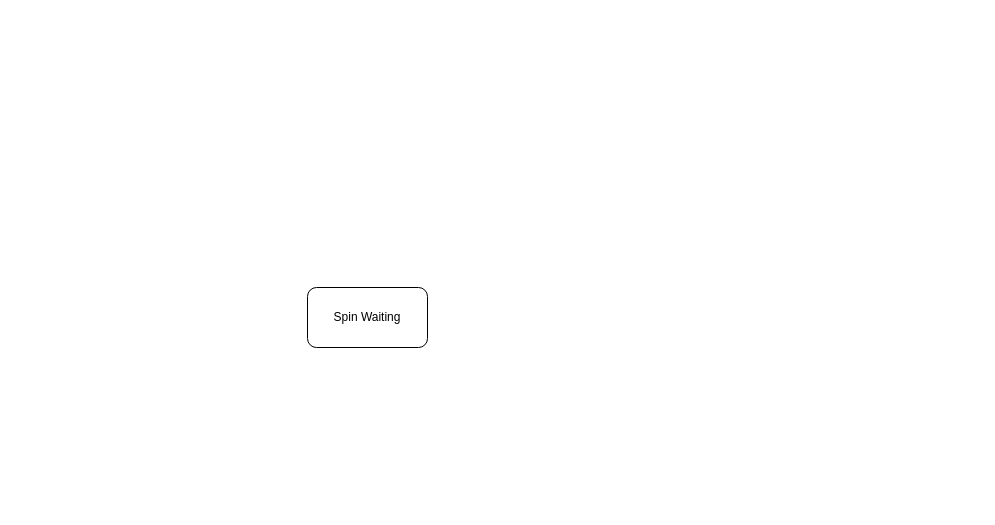
This is multithreading-java.drawio from balaprojects/graphical_notes, a draw.io file, before an edit. Source tidied: cells renumbered, new cells numbered last; positions are measured from the earlier drawing's top-left corner, leaving out a move shared by most shapes. Both pictures are drawn from the tidied source at 100%, with x=0, y=0 at pixel (307, 287).
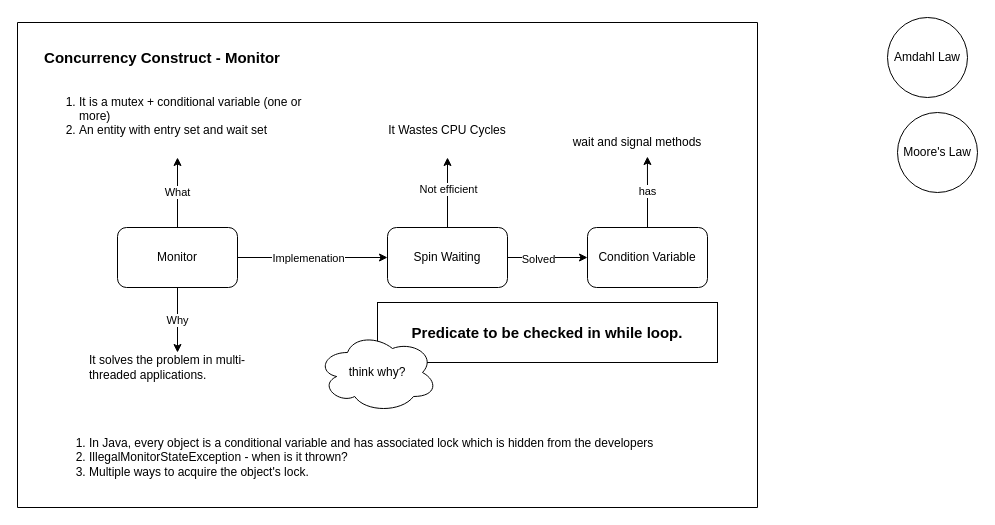
The same page after the edit.

The edit, as a diff of the source:
```diff
@@
+    <mxCell id="3" style="swimlane;startSize=0;" parent="1" vertex="1">
+      <mxGeometry x="-290" y="-265" width="740" height="485" as="geometry" />
+    </mxCell>
+    <mxCell id="4" style="edgeStyle=orthogonalEdgeStyle;rounded=0;jettySize=auto;html=1;" parent="3" edge="1" source="2" target="16">
+      <mxGeometry relative="1" as="geometry" />
+    </mxCell>
+    <mxCell id="5" value="Not efficient" style="edgeLabel;html=1;align=center;verticalAlign=middle;" parent="4" vertex="1">
+      <mxGeometry x="0.11" relative="1" as="geometry" />
+    </mxCell>
+    <mxCell id="6" style="edgeStyle=orthogonalEdgeStyle;rounded=0;jettySize=auto;html=1;" parent="3" edge="1" source="2" target="17">
+      <mxGeometry relative="1" as="geometry" />
+    </mxCell>
+    <mxCell id="7" value="Solved" style="edgeLabel;html=1;align=center;verticalAlign=middle;" parent="6" vertex="1">
+      <mxGeometry x="-0.25" y="-1" relative="1" as="geometry" />
+    </mxCell>
-    <mxCell id="2" value="Spin Waiting" style="rounded=1;whiteSpace=wrap;html=1;" parent="1" vertex="1">
-      <mxGeometry width="120" height="60" as="geometry" />
+    <mxCell id="2" value="Spin Waiting" style="rounded=1;whiteSpace=wrap;html=1;" parent="3" vertex="1">
+      <mxGeometry x="370" y="205" width="120" height="60" as="geometry" />
     </mxCell>
+    <mxCell id="8" value="&lt;b&gt;&lt;font style=&quot;font-size: 15px;&quot;&gt;Concurrency Construct - Monitor&lt;/font&gt;&lt;/b&gt;" style="text;html=1;align=center;verticalAlign=middle;whiteSpace=wrap;rounded=0;" parent="3" vertex="1">
+      <mxGeometry y="20" width="290" height="30" as="geometry" />
+    </mxCell>
+    <mxCell id="9" value="What" style="edgeStyle=orthogonalEdgeStyle;rounded=0;jettySize=auto;html=1;" parent="3" edge="1" source="13" target="14">
+      <mxGeometry relative="1" as="geometry" />
+    </mxCell>
+    <mxCell id="10" value="Why" style="edgeStyle=orthogonalEdgeStyle;rounded=0;jettySize=auto;html=1;" parent="3" edge="1" source="13" target="15">
+      <mxGeometry relative="1" as="geometry" />
+    </mxCell>
+    <mxCell id="11" style="edgeStyle=orthogonalEdgeStyle;rounded=0;jettySize=auto;html=1;entryX=0;entryY=0.5;entryDx=0;entryDy=0;" parent="3" edge="1" source="13" target="2">
+      <mxGeometry relative="1" as="geometry" />
+    </mxCell>
+    <mxCell id="12" value="Implemenation" style="edgeLabel;html=1;align=center;verticalAlign=middle;" parent="11" vertex="1">
+      <mxGeometry x="-0.34" relative="1" as="geometry">
+        <mxPoint x="21" as="offset" />
+      </mxGeometry>
+    </mxCell>
+    <mxCell id="13" value="Monitor" style="rounded=1;whiteSpace=wrap;html=1;" parent="3" vertex="1">
+      <mxGeometry x="100" y="205" width="120" height="60" as="geometry" />
+    </mxCell>
+    <mxCell id="14" value="&lt;ol&gt;&lt;li&gt;It is a mutex + conditional variable (one or more)&lt;/li&gt;&lt;li&gt;An entity with entry set and wait set&lt;/li&gt;&lt;/ol&gt;&lt;div&gt;&lt;br&gt;&lt;/div&gt;&lt;div&gt;&lt;br&gt;&lt;/div&gt;" style="text;html=1;align=left;verticalAlign=middle;whiteSpace=wrap;rounded=0;" parent="3" vertex="1">
+      <mxGeometry x="20" y="80" width="280" height="55" as="geometry" />
+    </mxCell>
+    <mxCell id="15" value="It solves the problem in multi-threaded applications." style="text;html=1;align=left;verticalAlign=middle;whiteSpace=wrap;rounded=0;" parent="3" vertex="1">
+      <mxGeometry x="70" y="330" width="180" height="30" as="geometry" />
+    </mxCell>
+    <mxCell id="16" value="It Wastes CPU Cycles" style="text;html=1;align=center;verticalAlign=middle;whiteSpace=wrap;rounded=0;" parent="3" vertex="1">
+      <mxGeometry x="355" y="80" width="150" height="55" as="geometry" />
+    </mxCell>
+    <mxCell id="17" value="Condition Variable" style="rounded=1;whiteSpace=wrap;html=1;" parent="3" vertex="1">
+      <mxGeometry x="570" y="205" width="120" height="60" as="geometry" />
+    </mxCell>
+    <mxCell id="18" value="wait and signal methods" style="text;html=1;align=center;verticalAlign=middle;whiteSpace=wrap;rounded=0;" parent="3" vertex="1">
+      <mxGeometry x="550" y="105" width="140" height="30" as="geometry" />
+    </mxCell>
+    <mxCell id="19" value="has" style="edgeStyle=orthogonalEdgeStyle;rounded=0;jettySize=auto;html=1;entryX=0.571;entryY=0.967;entryDx=0;entryDy=0;entryPerimeter=0;" parent="3" edge="1" source="17" target="18">
+      <mxGeometry relative="1" as="geometry" />
+    </mxCell>
+    <mxCell id="20" value="&lt;b&gt;&lt;font style=&quot;font-size: 15px;&quot;&gt;Predicate to be checked in while loop.&lt;/font&gt;&lt;/b&gt;" style="rounded=0;whiteSpace=wrap;html=1;align=center;" parent="3" vertex="1">
+      <mxGeometry x="360" y="280" width="340" height="60" as="geometry" />
+    </mxCell>
+    <mxCell id="21" value="think why?" style="ellipse;shape=cloud;whiteSpace=wrap;html=1;" parent="3" vertex="1">
+      <mxGeometry x="300" y="310" width="120" height="80" as="geometry" />
+    </mxCell>
+    <mxCell id="22" value="&lt;ol&gt;&lt;li&gt;In Java, every object is a conditional variable and has associated lock which is hidden from the developers&lt;/li&gt;&lt;li&gt;IllegalMonitorStateException - when is it thrown?&lt;/li&gt;&lt;li&gt;Multiple ways to acquire the object's lock.&lt;/li&gt;&lt;/ol&gt;" style="text;html=1;align=left;verticalAlign=middle;whiteSpace=wrap;rounded=0;" parent="3" vertex="1">
+      <mxGeometry x="30" y="420" width="750" height="30" as="geometry" />
+    </mxCell>
+    <mxCell id="23" value="Amdahl Law" style="ellipse;whiteSpace=wrap;html=1;" parent="1" vertex="1">
+      <mxGeometry x="580" y="-270" width="80" height="80" as="geometry" />
+    </mxCell>
+    <mxCell id="24" value="Moore's Law" style="ellipse;whiteSpace=wrap;html=1;" parent="1" vertex="1">
+      <mxGeometry x="590" y="-175" width="80" height="80" as="geometry" />
+    </mxCell>
```
